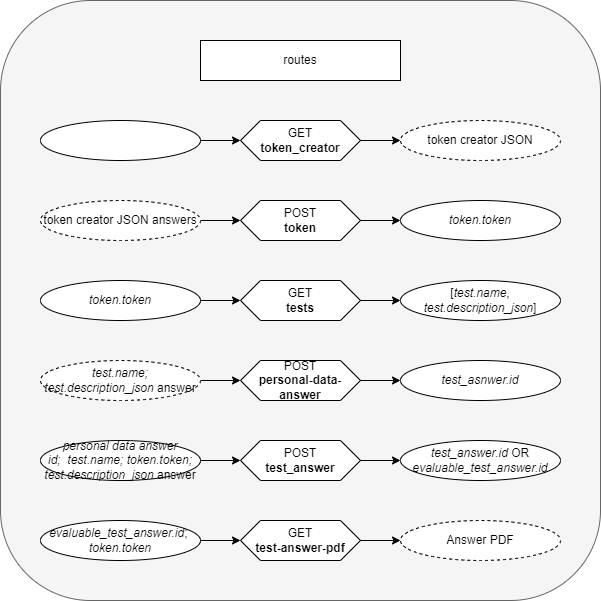
Above: doc/diagrams/routes.png in Niwo1403/test-system (draw.io), before the change. Source tidied: cells renumbered, new cells last; positions are measured from the earlier drawing's top-left corner, leaving out a move shared by most shapes.
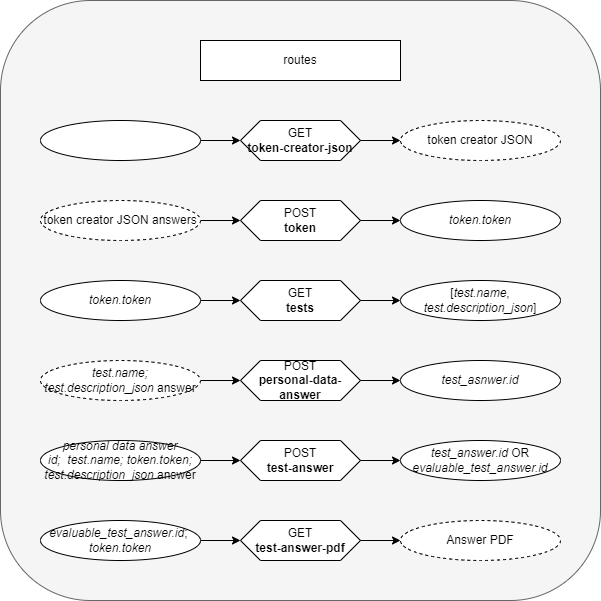
After the commit.

Change to the diagram source:
```diff
@@ -5,7 +5,7 @@
     <mxCell id="2" style="rounded=1;whiteSpace=wrap;html=1;fillColor=#f5f5f5;fontColor=#333333;strokeColor=#666666;" parent="1" vertex="1">
       <mxGeometry width="600" height="600" as="geometry" />
     </mxCell>
-    <mxCell id="3" value="GET&lt;br&gt;&lt;b&gt;token_creator&lt;/b&gt;" style="shape=hexagon;perimeter=hexagonPerimeter2;whiteSpace=wrap;html=1;fixedSize=1;size=20;" parent="1" vertex="1">
+    <mxCell id="3" value="GET&lt;br&gt;&lt;b&gt;token-creator-json&lt;/b&gt;" style="shape=hexagon;perimeter=hexagonPerimeter2;whiteSpace=wrap;html=1;fixedSize=1;size=20;" parent="1" vertex="1">
       <mxGeometry x="240" y="120" width="120" height="40" as="geometry" />
     </mxCell>
     <mxCell id="4" style="edgeStyle=orthogonalEdgeStyle;rounded=0;jettySize=auto;html=1;" parent="1" edge="1" source="5" target="3">
@@ -38,7 +38,7 @@
     <mxCell id="13" value="GET&lt;br&gt;&lt;b&gt;tests&lt;/b&gt;" style="shape=hexagon;perimeter=hexagonPerimeter2;whiteSpace=wrap;html=1;fixedSize=1;size=20;" parent="1" vertex="1">
       <mxGeometry x="240" y="280" width="120" height="40" as="geometry" />
     </mxCell>
-    <mxCell id="14" value="POST&lt;br&gt;&lt;b&gt;test_answer&lt;/b&gt;" style="shape=hexagon;perimeter=hexagonPerimeter2;whiteSpace=wrap;html=1;fixedSize=1;size=20;" parent="1" vertex="1">
+    <mxCell id="14" value="POST&lt;br&gt;&lt;b&gt;test-answer&lt;/b&gt;" style="shape=hexagon;perimeter=hexagonPerimeter2;whiteSpace=wrap;html=1;fixedSize=1;size=20;" parent="1" vertex="1">
       <mxGeometry x="240" y="440" width="120" height="40" as="geometry" />
     </mxCell>
     <mxCell id="15" style="edgeStyle=orthogonalEdgeStyle;rounded=0;jettySize=auto;html=1;" parent="1" edge="1" source="16" target="13">
```
